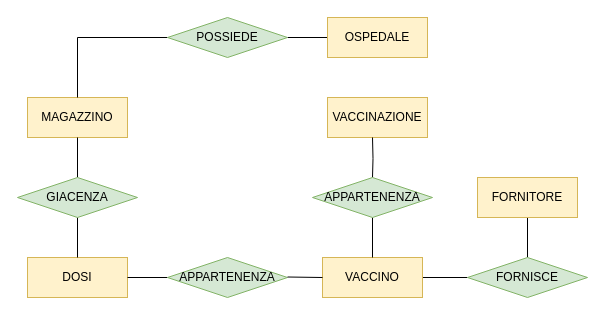
Earlier version of the draw.io diagram report/Diagrammi E-R/3.drawio (luigi-borriello00/Vaccinations-Tracker). Source tidied: cells renumbered, new cells numbered last; positions are measured from the earlier drawing's top-left corner, leaving out a move shared by most shapes. Both pictures are drawn from the tidied source at 100%, with x=0, y=0 at pixel (17, 17).
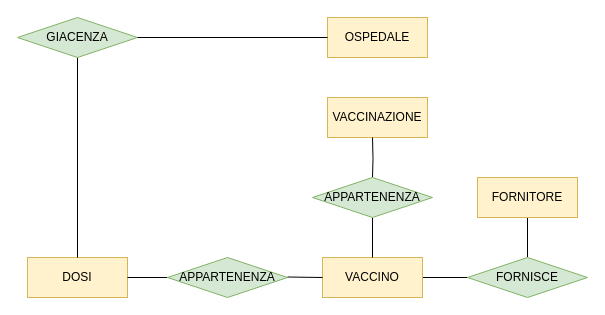
The same page after the edit.

The change refers to these unchanged cells:
```xml
<mxCell id="3" value="&lt;font style=&quot;font-size: 12px&quot;&gt;OSPEDALE&lt;/font&gt;" style="whiteSpace=wrap;html=1;align=center;fontSize=9;fillColor=#fff2cc;strokeColor=#d6b656;" parent="1" vertex="1">
  <mxGeometry x="310" width="100" height="40" as="geometry" />
</mxCell>
```

What changed in the source:
```diff
@@
-    <mxCell id="2" style="edgeStyle=orthogonalEdgeStyle;rounded=0;jettySize=auto;html=1;endArrow=none;endFill=0;" parent="1" edge="1" source="3" target="21">
-      <mxGeometry relative="1" as="geometry" />
-    </mxCell>
@@
-    <mxCell id="10" value="&lt;font style=&quot;font-size: 12px&quot;&gt;MAGAZZINO&lt;/font&gt;" style="whiteSpace=wrap;html=1;align=center;fontSize=9;fillColor=#fff2cc;strokeColor=#d6b656;" parent="1" vertex="1">
-      <mxGeometry x="10" y="80" width="100" height="40" as="geometry" />
-    </mxCell>
@@
-    <mxCell id="17" style="edgeStyle=orthogonalEdgeStyle;rounded=0;jettySize=auto;html=1;endArrow=none;endFill=0;" parent="1" edge="1" source="19" target="10">
-      <mxGeometry relative="1" as="geometry" />
-    </mxCell>
@@
     <mxCell id="19" value="GIACENZA" style="shape=rhombus;perimeter=rhombusPerimeter;whiteSpace=wrap;html=1;align=center;fillColor=#d5e8d4;strokeColor=#82b366;" parent="1" vertex="1">
-      <mxGeometry y="160" width="120" height="40" as="geometry" />
+      <mxGeometry width="120" height="40" as="geometry" />
     </mxCell>
-    <mxCell id="20" style="edgeStyle=orthogonalEdgeStyle;rounded=0;jettySize=auto;html=1;endArrow=none;endFill=0;" parent="1" edge="1" source="21" target="10">
-      <mxGeometry relative="1" as="geometry">
-        <Array as="points">
-          <mxPoint x="60" y="20" />
-        </Array>
-      </mxGeometry>
-    </mxCell>
-    <mxCell id="21" value="POSSIEDE" style="shape=rhombus;perimeter=rhombusPerimeter;whiteSpace=wrap;html=1;align=center;fillColor=#d5e8d4;strokeColor=#82b366;" parent="1" vertex="1">
-      <mxGeometry x="150" width="120" height="40" as="geometry" />
-    </mxCell>
@@
+    <mxCell id="23" style="endArrow=none;html=1;entryX=0;entryY=0.5;entryDx=0;entryDy=0;" parent="1" edge="1" target="3">
+      <mxGeometry relative="1" as="geometry">
+        <mxPoint x="120" y="20" as="sourcePoint" />
+      </mxGeometry>
+    </mxCell>
```
